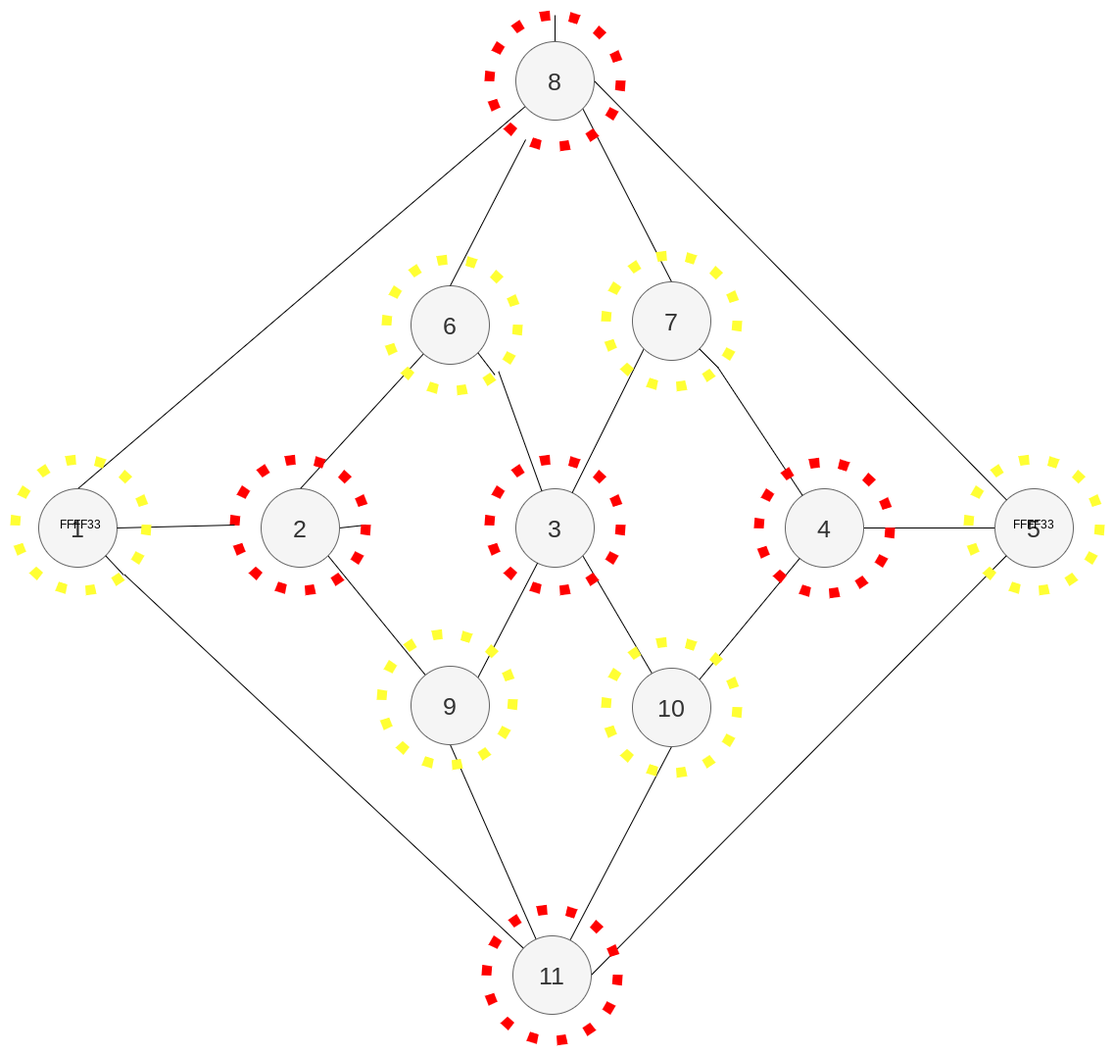
Before: t4-grafos/CGIS.MCS.T4.14.Diagram7.png, a diagram exported from draw.io (gonzaleztroyano/matematicas). Source tidied: cells renumbered, new cells last; positions are measured from the earlier drawing's top-left corner, leaving out a move shared by most shapes.
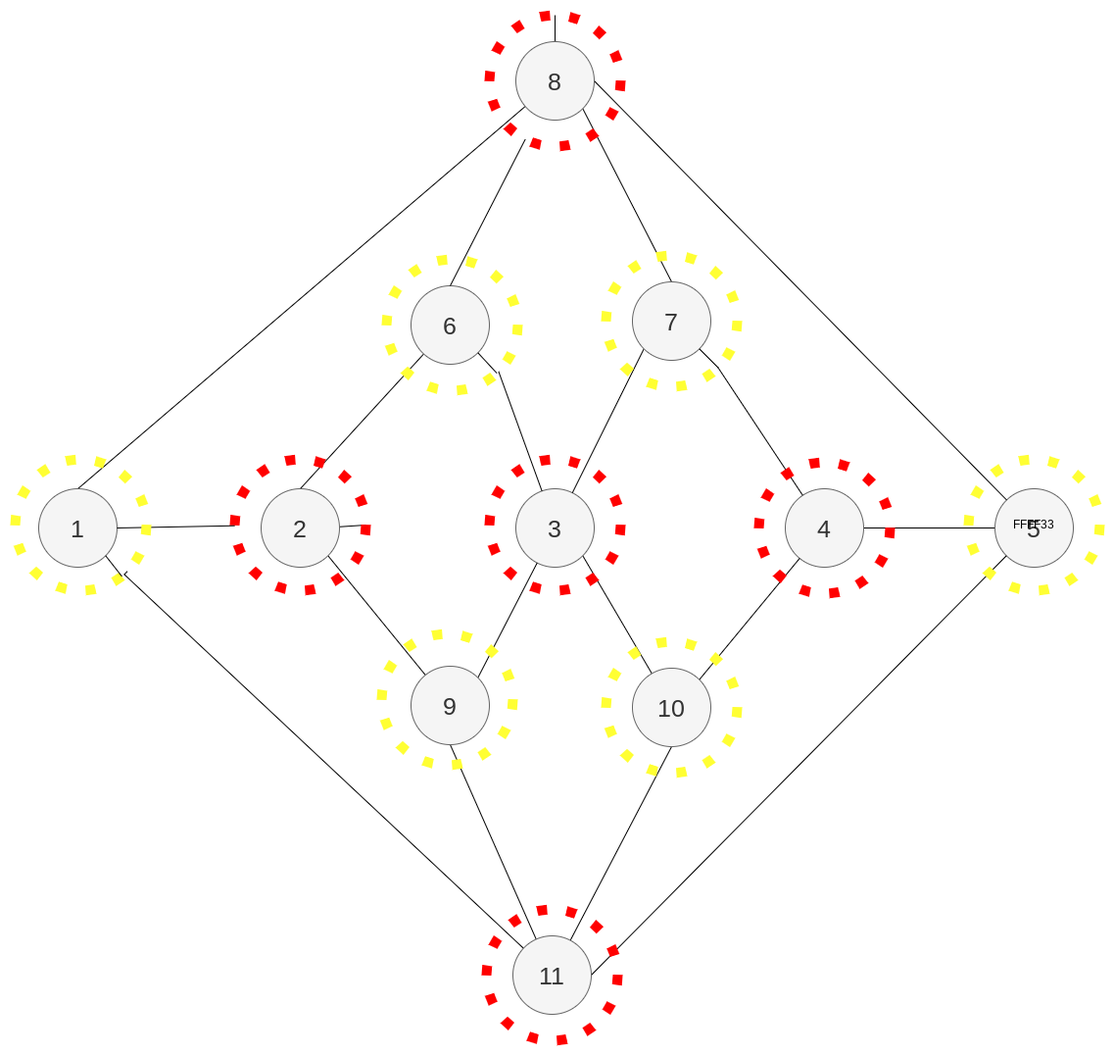
Above is the later version.

Diff of the diagram source:
```diff
@@ -138,7 +138,7 @@
     <mxCell id="45" value="FFFF33" style="ellipse;whiteSpace=wrap;html=1;fillColor=none;dashed=1;strokeColor=#FFFF33;strokeWidth=10;dashPattern=1 2;" parent="1" vertex="1">
       <mxGeometry x="973" y="453" width="134" height="134" as="geometry" />
     </mxCell>
-    <mxCell id="46" value="FFFF33" style="ellipse;whiteSpace=wrap;html=1;fillColor=none;dashed=1;strokeColor=#FFFF33;strokeWidth=10;dashPattern=1 2;" parent="1" vertex="1">
+    <mxCell id="46" style="ellipse;whiteSpace=wrap;html=1;fillColor=none;dashed=1;strokeColor=#FFFF33;strokeWidth=10;dashPattern=1 2;" parent="1" vertex="1">
       <mxGeometry y="453" width="134" height="134" as="geometry" />
     </mxCell>
     <mxCell id="47" style="rounded=0;jettySize=auto;html=1;exitX=1;exitY=1;exitDx=0;exitDy=0;endArrow=none;endFill=0;" parent="1" edge="1" source="5" target="46">
```
